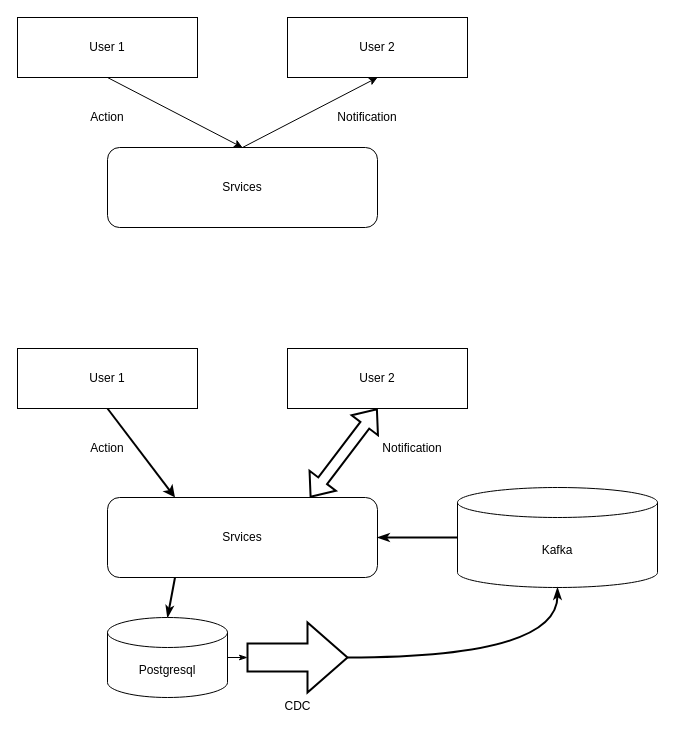
AstrumU/real-time-federation keeps this draw.io diagram as server/Notifications.drawio. Above is the earlier version. Source tidied: cells renumbered, new cells numbered last; positions are measured from the earlier drawing's top-left corner, leaving out a move shared by most shapes. Both pictures are drawn from the tidied source at 100%, with x=0, y=0 at pixel (17, 17).
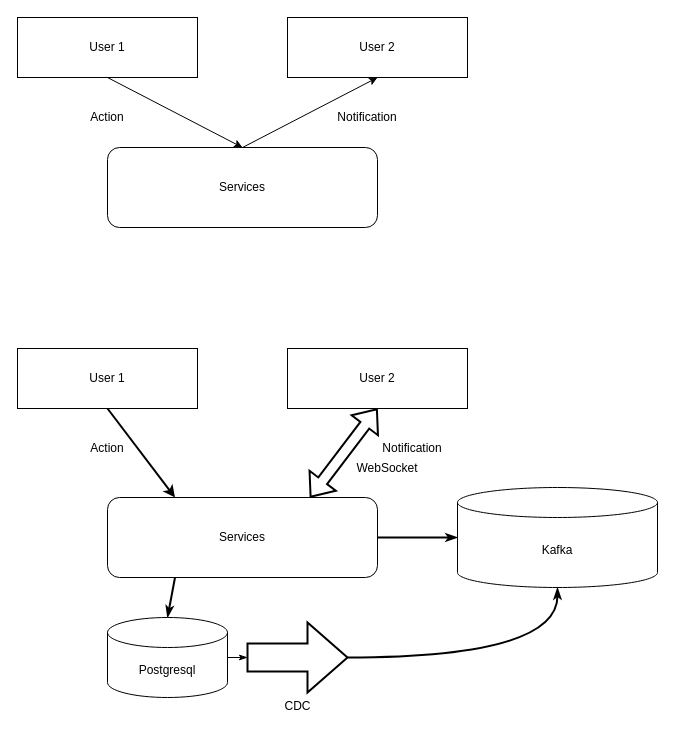
The same diagram, later.

Commit message:
poc: ASU-1489 - Spike: Notification Center

Unchanged cells that the change refers to:
```xml
<mxCell id="18" value="Kafka" style="shape=cylinder3;whiteSpace=wrap;html=1;boundedLbl=1;backgroundOutline=1;size=15;" parent="1" vertex="1">
  <mxGeometry x="440" y="470" width="200" height="100" as="geometry" />
</mxCell>
```

What changed in the source:
```diff
@@
-    <mxCell id="5" value="Srvices" style="rounded=1;whiteSpace=wrap;html=1;" parent="1" vertex="1">
+    <mxCell id="5" value="Services" style="rounded=1;whiteSpace=wrap;html=1;" parent="1" vertex="1">
       <mxGeometry x="90" y="130" width="270" height="80" as="geometry" />
     </mxCell>
@@
-    <mxCell id="13" value="Srvices" style="rounded=1;whiteSpace=wrap;html=1;" parent="1" vertex="1">
+    <mxCell id="13" value="Services" style="rounded=1;whiteSpace=wrap;html=1;" parent="1" vertex="1">
       <mxGeometry x="90" y="480" width="270" height="80" as="geometry" />
     </mxCell>
@@
-    <mxCell id="17" style="edgeStyle=none;rounded=0;jettySize=auto;html=1;startArrow=none;strokeWidth=2;startFill=0;endArrow=classicThin;endFill=1;" parent="1" edge="1" source="18" target="13">
+    <mxCell id="17" style="edgeStyle=none;rounded=0;jettySize=auto;html=1;startArrow=classicThin;strokeWidth=2;startFill=1;endArrow=none;endFill=0;" parent="1" edge="1" source="18" target="13">
       <mxGeometry relative="1" as="geometry" />
     </mxCell>
@@
+    <mxCell id="23" value="WebSocket" style="text;html=1;strokeColor=none;fillColor=none;align=center;verticalAlign=middle;whiteSpace=wrap;rounded=0;" parent="1" vertex="1">
+      <mxGeometry x="350" y="441" width="40" height="20" as="geometry" />
+    </mxCell>
```
